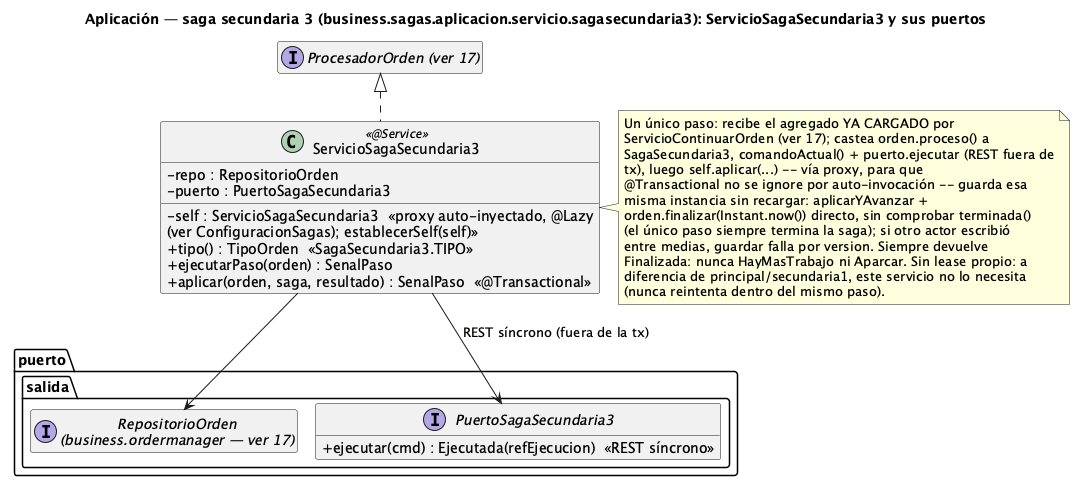
ralcazar/patrones keeps this PlantUML diagram as order-manager/docs/21-clases-aplicacion-saga-secundaria3.png. Above is the earlier version.
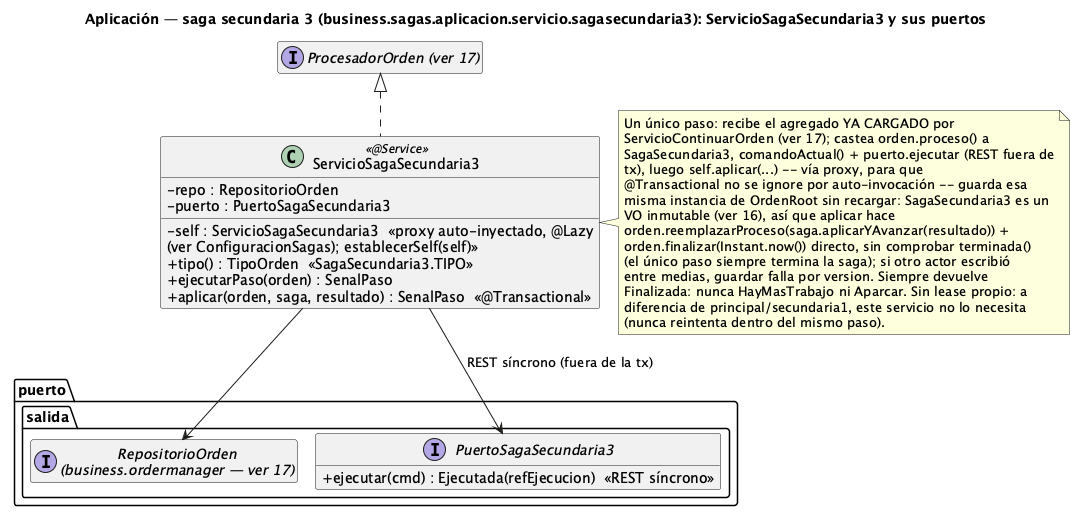
After the change.

The edit, as a diff of the source:
```diff
@@ -20,7 +20,9 @@
   SagaSecundaria3, comandoActual() + puerto.ejecutar (REST fuera de
   tx), luego self.aplicar(...) -- vía proxy, para que
   @Transactional no se ignore por auto-invocación -- guarda esa
-  misma instancia sin recargar: aplicarYAvanzar +
+  misma instancia de OrdenRoot sin recargar: SagaSecundaria3 es un
+  VO inmutable (ver 16), así que aplicar hace
+  orden.reemplazarProceso(saga.aplicarYAvanzar(resultado)) +
   orden.finalizar(Instant.now()) directo, sin comprobar terminada()
   (el único paso siempre termina la saga); si otro actor escribió
   entre medias, guardar falla por version. Siempre devuelve
```
